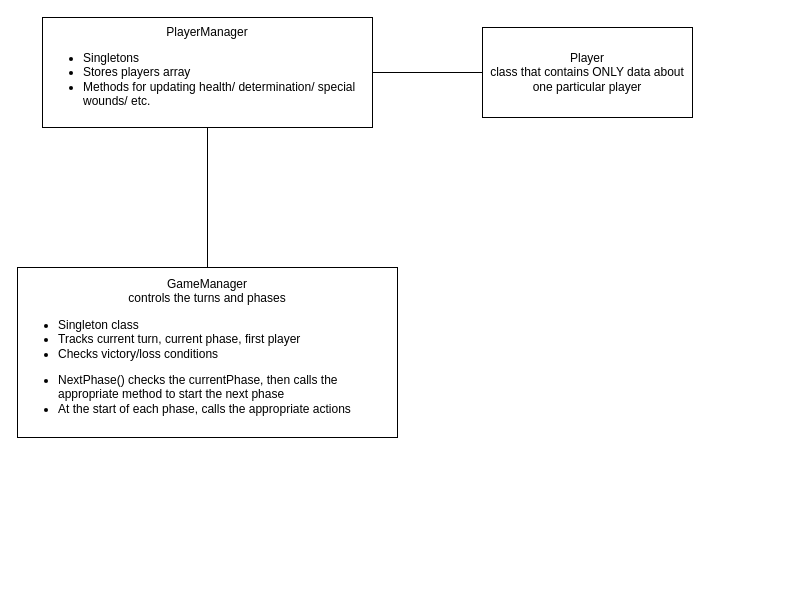
georgetupling/summer-project keeps this draw.io diagram as Untitled Diagram.drawio. Above is the earlier version. Source tidied: cells renumbered, new cells numbered last; positions are measured from the earlier drawing's top-left corner, leaving out a move shared by most shapes. Both pictures are drawn from the tidied source at 100%, with x=0, y=0 at pixel (17, 17).
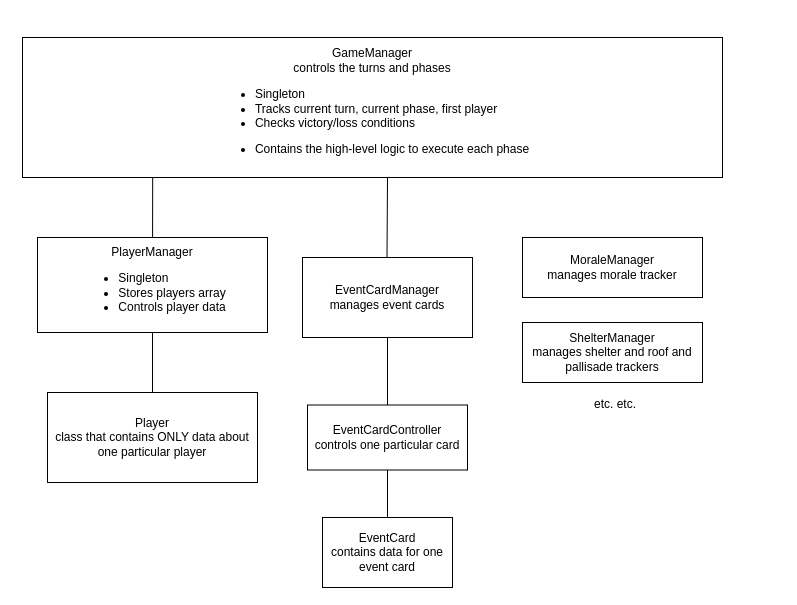
Above is the later version.

Change to the diagram source:
```diff
@@
 <mxGraphModel>
   <root>
     <mxCell id="0" />
     <mxCell id="1" parent="0" />
-    <mxCell id="2" value="&lt;div&gt;GameManager&lt;/div&gt;&lt;div&gt;controls the turns and phases&lt;br&gt;&lt;/div&gt;&lt;div align=&quot;left&quot;&gt;&lt;ul&gt;&lt;li&gt;Singleton class&lt;/li&gt;&lt;li&gt;Tracks current turn, current phase, first player&lt;/li&gt;&lt;li&gt;Checks victory/loss conditions&lt;br&gt;&lt;/li&gt;&lt;/ul&gt;&lt;/div&gt;&lt;div align=&quot;left&quot;&gt;&lt;ul&gt;&lt;li&gt;NextPhase() checks the currentPhase, then calls the appropriate method to start the next phase&lt;/li&gt;&lt;li&gt;At the start of each phase, calls the appropriate actions&lt;br&gt;&lt;/li&gt;&lt;/ul&gt;&lt;/div&gt;" style="html=1;whiteSpace=wrap;" parent="1" vertex="1">
-      <mxGeometry y="250" width="380" height="170" as="geometry" />
+    <mxCell id="2" value="&lt;div&gt;GameManager&lt;/div&gt;&lt;div&gt;controls the turns and phases&lt;br&gt;&lt;/div&gt;&lt;div align=&quot;left&quot;&gt;&lt;ul&gt;&lt;li&gt;Singleton&lt;br&gt;&lt;/li&gt;&lt;li&gt;Tracks current turn, current phase, first player&lt;/li&gt;&lt;li&gt;Checks victory/loss conditions&lt;br&gt;&lt;/li&gt;&lt;/ul&gt;&lt;/div&gt;&lt;div align=&quot;left&quot;&gt;&lt;ul&gt;&lt;li&gt;Contains the high-level logic to execute each phase&lt;br&gt;&lt;/li&gt;&lt;/ul&gt;&lt;/div&gt;" style="html=1;whiteSpace=wrap;" parent="1" vertex="1">
+      <mxGeometry x="5" y="20" width="700" height="140" as="geometry" />
     </mxCell>
     <mxCell id="3" value="&lt;div&gt;Player&lt;/div&gt;&lt;div&gt;class that contains ONLY data about one particular player&lt;br&gt;&lt;/div&gt;" style="html=1;whiteSpace=wrap;" parent="1" vertex="1">
-      <mxGeometry x="465" y="10" width="210" height="90" as="geometry" />
+      <mxGeometry x="30" y="375" width="210" height="90" as="geometry" />
     </mxCell>
-    <mxCell id="4" value="&lt;div&gt;PlayerManager&lt;/div&gt;&lt;div align=&quot;left&quot;&gt;&lt;ul&gt;&lt;li&gt;Singletons&lt;br&gt;&lt;/li&gt;&lt;li&gt;Stores players array&lt;/li&gt;&lt;li&gt;Methods for updating health/ determination/ special wounds/ etc.&lt;br&gt;&lt;/li&gt;&lt;/ul&gt;&lt;/div&gt;" style="rounded=0;whiteSpace=wrap;html=1;" parent="1" vertex="1">
-      <mxGeometry x="25" width="330" height="110" as="geometry" />
+    <mxCell id="4" value="&lt;div&gt;PlayerManager&lt;/div&gt;&lt;div align=&quot;left&quot;&gt;&lt;ul&gt;&lt;li&gt;Singleton&lt;br&gt;&lt;/li&gt;&lt;li&gt;Stores players array&lt;/li&gt;&lt;li&gt;Controls player data&lt;br&gt;&lt;/li&gt;&lt;/ul&gt;&lt;/div&gt;" style="rounded=0;whiteSpace=wrap;html=1;" parent="1" vertex="1">
+      <mxGeometry x="20" y="220" width="230" height="95" as="geometry" />
     </mxCell>
-    <mxCell id="5" style="endArrow=none;html=1;rounded=0;entryX=0;entryY=0.5;entryDx=0;entryDy=0;exitX=1;exitY=0.5;exitDx=0;exitDy=0;" parent="1" edge="1" source="4" target="3">
-      <mxGeometry relative="1" as="geometry" />
-    </mxCell>
-    <mxCell id="6" style="endArrow=none;html=1;rounded=0;entryX=0.5;entryY=1;entryDx=0;entryDy=0;exitX=0.5;exitY=0;exitDx=0;exitDy=0;" parent="1" edge="1" source="2" target="4">
-      <mxGeometry relative="1" as="geometry" />
-    </mxCell>
+    <mxCell id="7" value="&lt;div&gt;MoraleManager&lt;/div&gt;&lt;div&gt;manages morale tracker&lt;br&gt;&lt;/div&gt;" style="html=1;whiteSpace=wrap;" parent="1" vertex="1">
+      <mxGeometry x="505" y="220" width="180" height="60" as="geometry" />
+    </mxCell>
+    <mxCell id="8" value="&lt;div&gt;ShelterManager&lt;/div&gt;&lt;div&gt;manages shelter and roof and pallisade trackers&lt;br&gt;&lt;/div&gt;" style="html=1;whiteSpace=wrap;" parent="1" vertex="1">
+      <mxGeometry x="505" y="305" width="180" height="60" as="geometry" />
+    </mxCell>
+    <mxCell id="9" value="etc. etc." style="text;html=1;strokeColor=none;fillColor=none;spacing=5;spacingTop=-20;whiteSpace=wrap;overflow=hidden;rounded=0;" parent="1" vertex="1">
+      <mxGeometry x="572" y="390" width="190" height="40" as="geometry" />
+    </mxCell>
+    <mxCell id="10" style="endArrow=none;html=1;rounded=0;entryX=0.186;entryY=1;entryDx=0;entryDy=0;entryPerimeter=0;" parent="1" edge="1" source="4" target="2">
+      <mxGeometry relative="1" as="geometry" />
+    </mxCell>
+    <mxCell id="11" value="&lt;div&gt;EventCardManager&lt;/div&gt;&lt;div&gt;manages event cards&lt;br&gt;&lt;/div&gt;" style="html=1;whiteSpace=wrap;" parent="1" vertex="1">
+      <mxGeometry x="285" y="240" width="170" height="80" as="geometry" />
+    </mxCell>
+    <mxCell id="12" value="&lt;div&gt;EventCardController&lt;/div&gt;&lt;div&gt;controls one particular card&lt;br&gt;&lt;/div&gt;" style="html=1;whiteSpace=wrap;" parent="1" vertex="1">
+      <mxGeometry x="290" y="387.5" width="160" height="65" as="geometry" />
+    </mxCell>
+    <mxCell id="13" style="endArrow=none;html=1;rounded=0;" parent="1" edge="1">
+      <mxGeometry relative="1" as="geometry">
+        <mxPoint x="369.5" y="240" as="sourcePoint" />
+        <mxPoint x="370" y="160" as="targetPoint" />
+      </mxGeometry>
+    </mxCell>
+    <mxCell id="14" style="endArrow=none;html=1;rounded=0;entryX=0.5;entryY=1;entryDx=0;entryDy=0;exitX=0.5;exitY=0;exitDx=0;exitDy=0;" parent="1" edge="1" source="12" target="11">
+      <mxGeometry relative="1" as="geometry" />
+    </mxCell>
+    <mxCell id="15" value="&lt;div&gt;EventCard&lt;/div&gt;&lt;div&gt;contains data for one event card&lt;br&gt;&lt;/div&gt;" style="html=1;whiteSpace=wrap;" parent="1" vertex="1">
+      <mxGeometry x="305" y="500" width="130" height="70" as="geometry" />
+    </mxCell>
+    <mxCell id="16" style="endArrow=none;html=1;rounded=0;entryX=0.5;entryY=1;entryDx=0;entryDy=0;exitX=0.5;exitY=0;exitDx=0;exitDy=0;" parent="1" edge="1" source="15" target="12">
+      <mxGeometry relative="1" as="geometry" />
+    </mxCell>
+    <mxCell id="17" style="endArrow=none;html=1;rounded=0;entryX=0.5;entryY=1;entryDx=0;entryDy=0;exitX=0.5;exitY=0;exitDx=0;exitDy=0;" parent="1" edge="1" source="3" target="4">
+      <mxGeometry relative="1" as="geometry" />
+    </mxCell>
   </root>
 </mxGraphModel>
```
